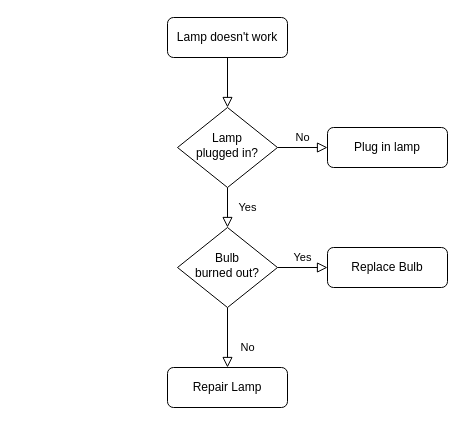
Before: Diagramme sans nom.drawio in Missfantaxya/alexiaskrzypczak_7_01022023, a draw.io diagram. Source tidied: cells renumbered, new cells numbered last; positions are measured from the earlier drawing's top-left corner, leaving out a move shared by most shapes. Both pictures are drawn from the tidied source at 100%, with x=0, y=0 at pixel (167, 17).
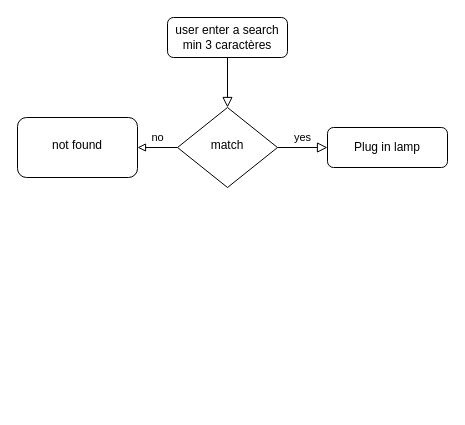
After the change.

What changed in the source:
```diff
@@
 <mxGraphModel>
   <root>
     <mxCell id="0" />
     <mxCell id="1" parent="0" />
     <mxCell id="2" style="rounded=0;html=1;jettySize=auto;fontSize=11;endArrow=block;endFill=0;endSize=8;strokeWidth=1;shadow=0;labelBackgroundColor=none;edgeStyle=orthogonalEdgeStyle;" parent="1" edge="1" source="3" target="6">
       <mxGeometry relative="1" as="geometry" />
     </mxCell>
-    <mxCell id="3" value="Lamp doesn't work" style="rounded=1;whiteSpace=wrap;html=1;fontSize=12;glass=0;strokeWidth=1;shadow=0;" parent="1" vertex="1">
+    <mxCell id="3" value="user enter a search&lt;br&gt;min 3 caractères" style="rounded=1;whiteSpace=wrap;html=1;fontSize=12;glass=0;strokeWidth=1;shadow=0;" parent="1" vertex="1">
       <mxGeometry width="120" height="40" as="geometry" />
     </mxCell>
-    <mxCell id="4" value="Yes" style="rounded=0;html=1;jettySize=auto;fontSize=11;endArrow=block;endFill=0;endSize=8;strokeWidth=1;shadow=0;labelBackgroundColor=none;edgeStyle=orthogonalEdgeStyle;" parent="1" edge="1" source="6" target="10">
-      <mxGeometry y="20" relative="1" as="geometry" />
-    </mxCell>
-    <mxCell id="5" value="No" style="edgeStyle=orthogonalEdgeStyle;rounded=0;html=1;jettySize=auto;fontSize=11;endArrow=block;endFill=0;endSize=8;strokeWidth=1;shadow=0;labelBackgroundColor=none;" parent="1" edge="1" source="6" target="7">
+    <mxCell id="5" value="yes" style="edgeStyle=orthogonalEdgeStyle;rounded=0;html=1;jettySize=auto;fontSize=11;endArrow=block;endFill=0;endSize=8;strokeWidth=1;shadow=0;labelBackgroundColor=none;" parent="1" edge="1" source="6" target="7">
       <mxGeometry y="10" relative="1" as="geometry" />
     </mxCell>
+    <mxCell id="13" value="no" style="edgeStyle=orthogonalEdgeStyle;rounded=0;jettySize=auto;endArrow=block;endFill=0;html=1;" parent="1" edge="1" source="6" target="14">
+      <mxGeometry y="-10" relative="1" as="geometry" />
+    </mxCell>
-    <mxCell id="6" value="Lamp&lt;br&gt;plugged in?" style="rhombus;whiteSpace=wrap;html=1;shadow=0;fontFamily=Helvetica;fontSize=12;align=center;strokeWidth=1;spacing=6;spacingTop=-4;" parent="1" vertex="1">
+    <mxCell id="6" value="match" style="rhombus;whiteSpace=wrap;html=1;shadow=0;fontFamily=Helvetica;fontSize=12;align=center;strokeWidth=1;spacing=6;spacingTop=-4;" parent="1" vertex="1">
       <mxGeometry x="10" y="90" width="100" height="80" as="geometry" />
     </mxCell>
     <mxCell id="7" value="Plug in lamp" style="rounded=1;whiteSpace=wrap;html=1;fontSize=12;glass=0;strokeWidth=1;shadow=0;" parent="1" vertex="1">
       <mxGeometry x="160" y="110" width="120" height="40" as="geometry" />
     </mxCell>
-    <mxCell id="8" value="No" style="rounded=0;html=1;jettySize=auto;fontSize=11;endArrow=block;endFill=0;endSize=8;strokeWidth=1;shadow=0;labelBackgroundColor=none;edgeStyle=orthogonalEdgeStyle;" parent="1" edge="1" source="10" target="11">
-      <mxGeometry x="0.33" y="20" relative="1" as="geometry" />
-    </mxCell>
-    <mxCell id="9" value="Yes" style="edgeStyle=orthogonalEdgeStyle;rounded=0;html=1;jettySize=auto;fontSize=11;endArrow=block;endFill=0;endSize=8;strokeWidth=1;shadow=0;labelBackgroundColor=none;" parent="1" edge="1" source="10" target="12">
-      <mxGeometry y="10" relative="1" as="geometry" />
-    </mxCell>
-    <mxCell id="10" value="Bulb&lt;br&gt;burned out?" style="rhombus;whiteSpace=wrap;html=1;shadow=0;fontFamily=Helvetica;fontSize=12;align=center;strokeWidth=1;spacing=6;spacingTop=-4;" parent="1" vertex="1">
-      <mxGeometry x="10" y="210" width="100" height="80" as="geometry" />
-    </mxCell>
-    <mxCell id="11" value="Repair Lamp" style="rounded=1;whiteSpace=wrap;html=1;fontSize=12;glass=0;strokeWidth=1;shadow=0;" parent="1" vertex="1">
-      <mxGeometry y="350" width="120" height="40" as="geometry" />
-    </mxCell>
-    <mxCell id="12" value="Replace Bulb" style="rounded=1;whiteSpace=wrap;html=1;fontSize=12;glass=0;strokeWidth=1;shadow=0;" parent="1" vertex="1">
-      <mxGeometry x="160" y="230" width="120" height="40" as="geometry" />
-    </mxCell>
+    <mxCell id="14" value="not found" style="rounded=1;whiteSpace=wrap;html=1;shadow=0;strokeWidth=1;spacing=6;spacingTop=-4;" parent="1" vertex="1">
+      <mxGeometry x="-150" y="100" width="120" height="60" as="geometry" />
+    </mxCell>
   </root>
 </mxGraphModel>
```
